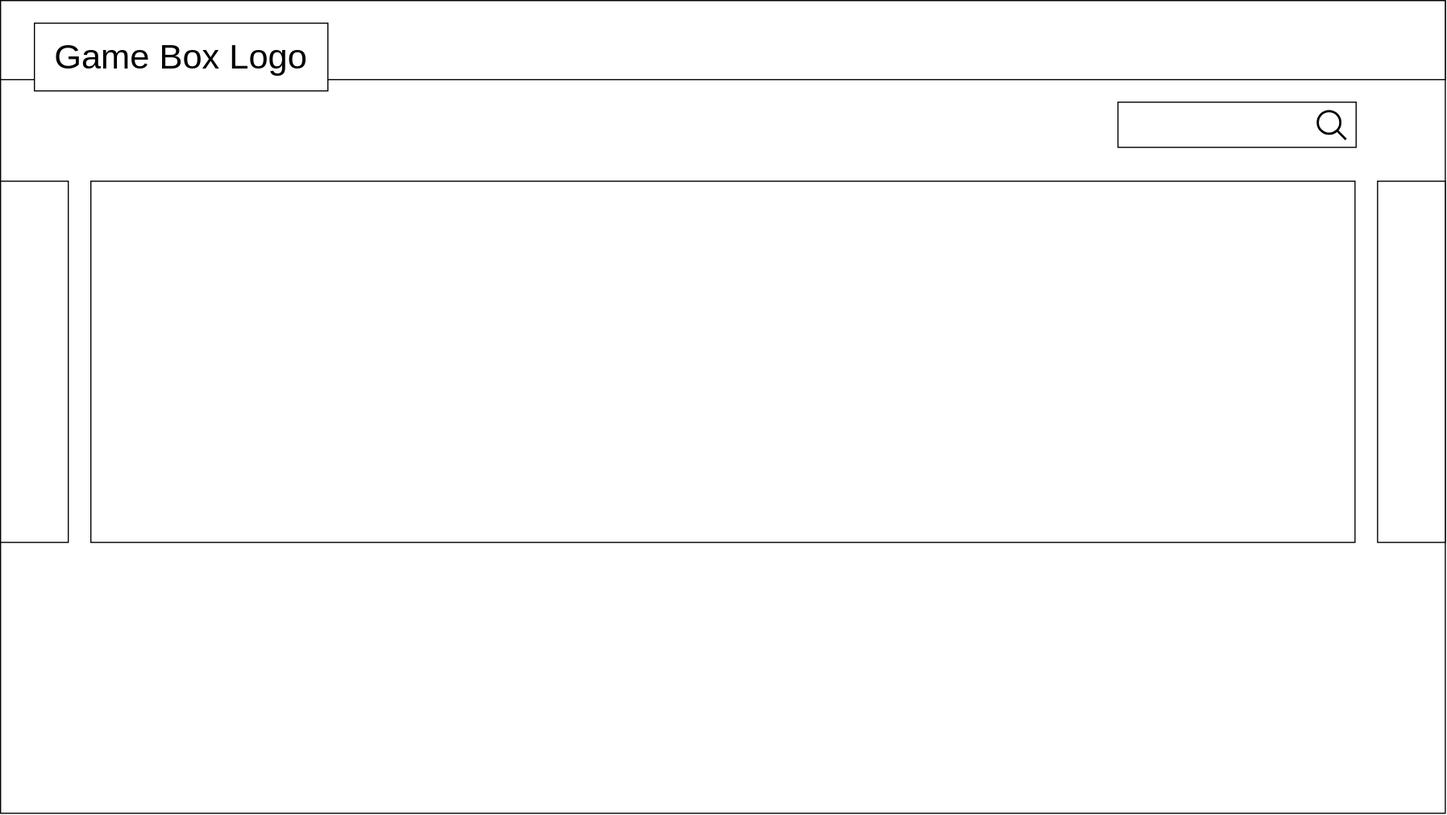
Above: docs/diagrams/homeDesktopUI.svg in vsaiprakash/gamebox-app-ui (draw.io), before the change. Source tidied: cells renumbered, new cells last; positions are measured from the earlier drawing's top-left corner, leaving out a move shared by most shapes.
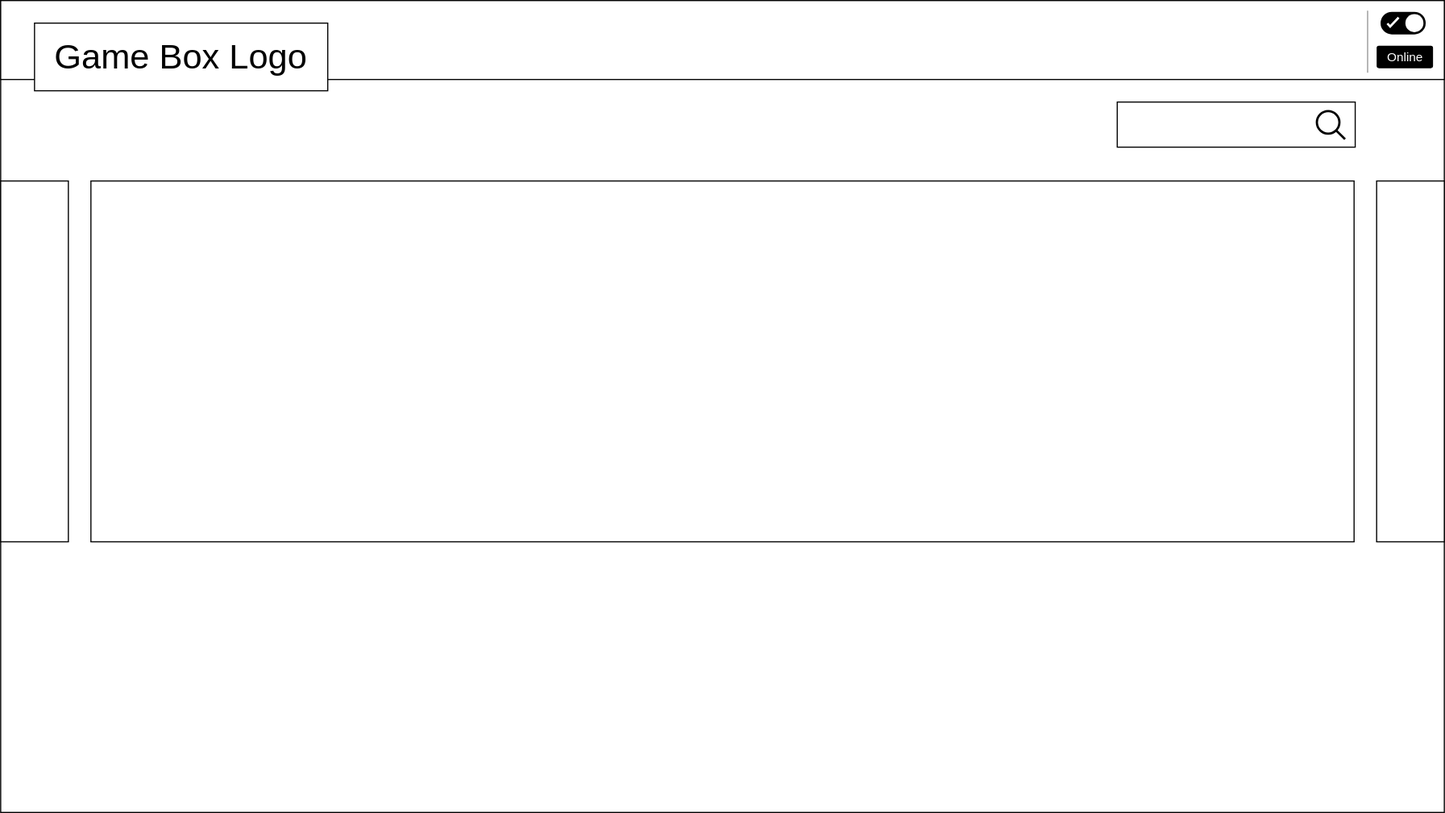
After the commit.

What changed in the source:
```diff
@@ -26,5 +26,27 @@
     <mxCell id="9" value="&lt;font style=&quot;font-size: 31px&quot;&gt;Game Box Logo&lt;/font&gt;" style="rounded=0;whiteSpace=wrap;html=1;strokeColor=#000000;" parent="1" vertex="1">
       <mxGeometry x="30" y="20" width="260" height="60" as="geometry" />
     </mxCell>
+    <mxCell id="10" style="strokeColor=none;rounded=1;arcSize=50;fillColor=#000000;" parent="1" vertex="1">
+      <mxGeometry x="1223.5" y="10" width="40" height="20" as="geometry" />
+    </mxCell>
+    <mxCell id="11" style="shape=ellipse;strokeColor=none;fillColor=#FFFFFF;" parent="10" vertex="1">
+      <mxGeometry x="1" y="0.5" width="16" height="16" relative="1" as="geometry">
+        <mxPoint x="-18" y="-8" as="offset" />
+      </mxGeometry>
+    </mxCell>
+    <mxCell id="12" style="html=1;shadow=0;dashed=0;shape=mxgraph.atlassian.check;strokeWidth=2;strokeColor=#FFFFFF;" parent="10" vertex="1">
+      <mxGeometry y="0.5" width="10" height="8" relative="1" as="geometry">
+        <mxPoint x="6" y="-5" as="offset" />
+      </mxGeometry>
+    </mxCell>
+    <mxCell id="13" value="Online" style="rounded=1;arcSize=10;strokeColor=none;html=1;fontSize=11;align=center;fontColor=#ffffff;fontStyle=0;fontSize=11;fillColor=#000000;" parent="1" vertex="1">
+      <mxGeometry x="1220" y="40" width="50" height="20" as="geometry" />
+    </mxCell>
+    <mxCell id="14" style="endArrow=none;html=1;labelBorderColor=none;strokeColor=#999999;" parent="1" edge="1">
+      <mxGeometry relative="1" as="geometry">
+        <mxPoint x="1212" y="64" as="sourcePoint" />
+        <mxPoint x="1212" y="9" as="targetPoint" />
+      </mxGeometry>
+    </mxCell>
   </root>
 </mxGraphModel>
```
